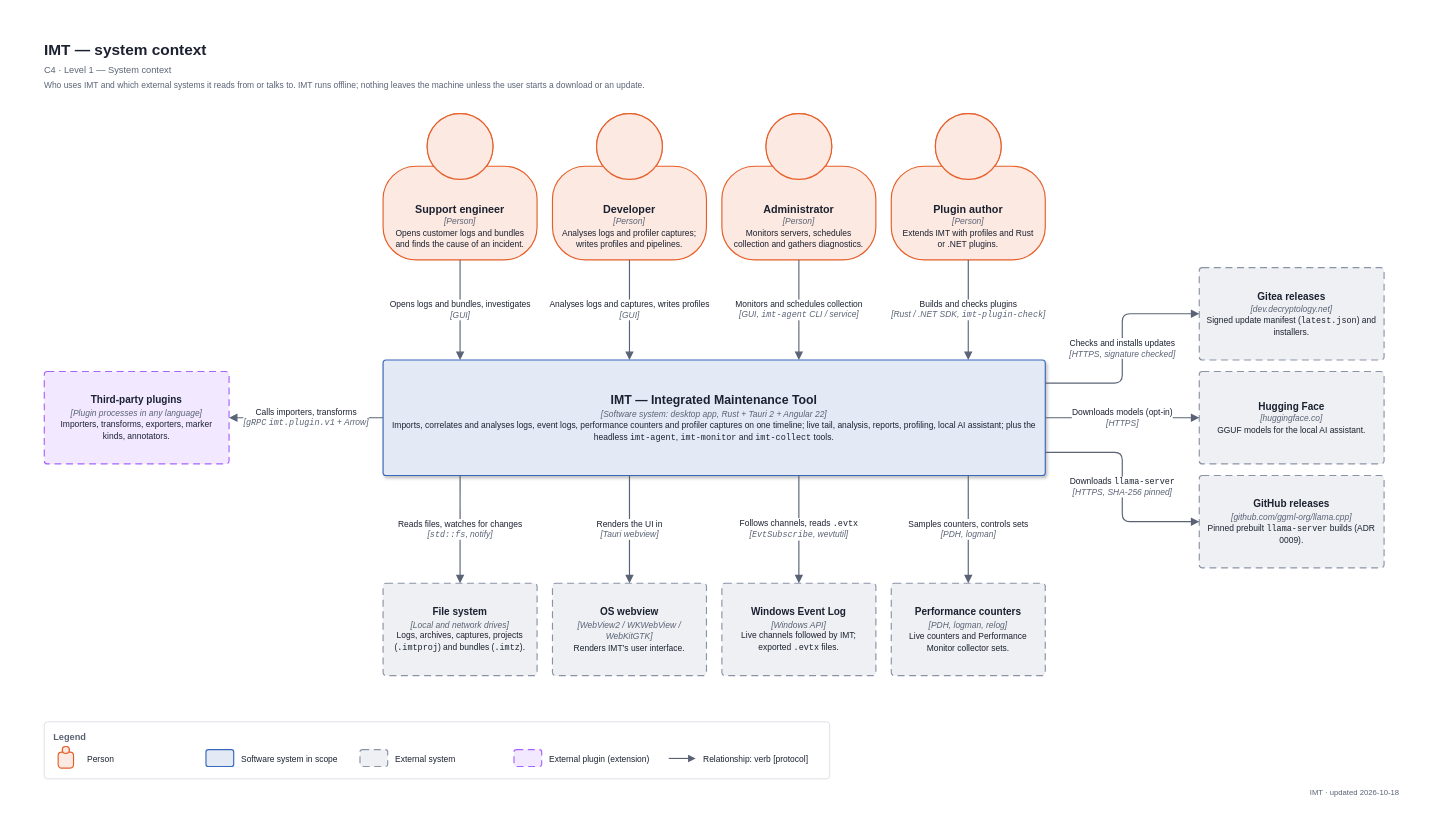
Above: docs/diagrams/c4-1-context.drawio in decryp7/integrated_maintenance_tool (draw.io), before the change. Source tidied: cells renumbered, new cells numbered last; positions are measured from the earlier drawing's top-left corner, leaving out a move shared by most shapes. Both pictures are drawn from the tidied source at 77%, with x=0, y=0 at pixel (13, 13).
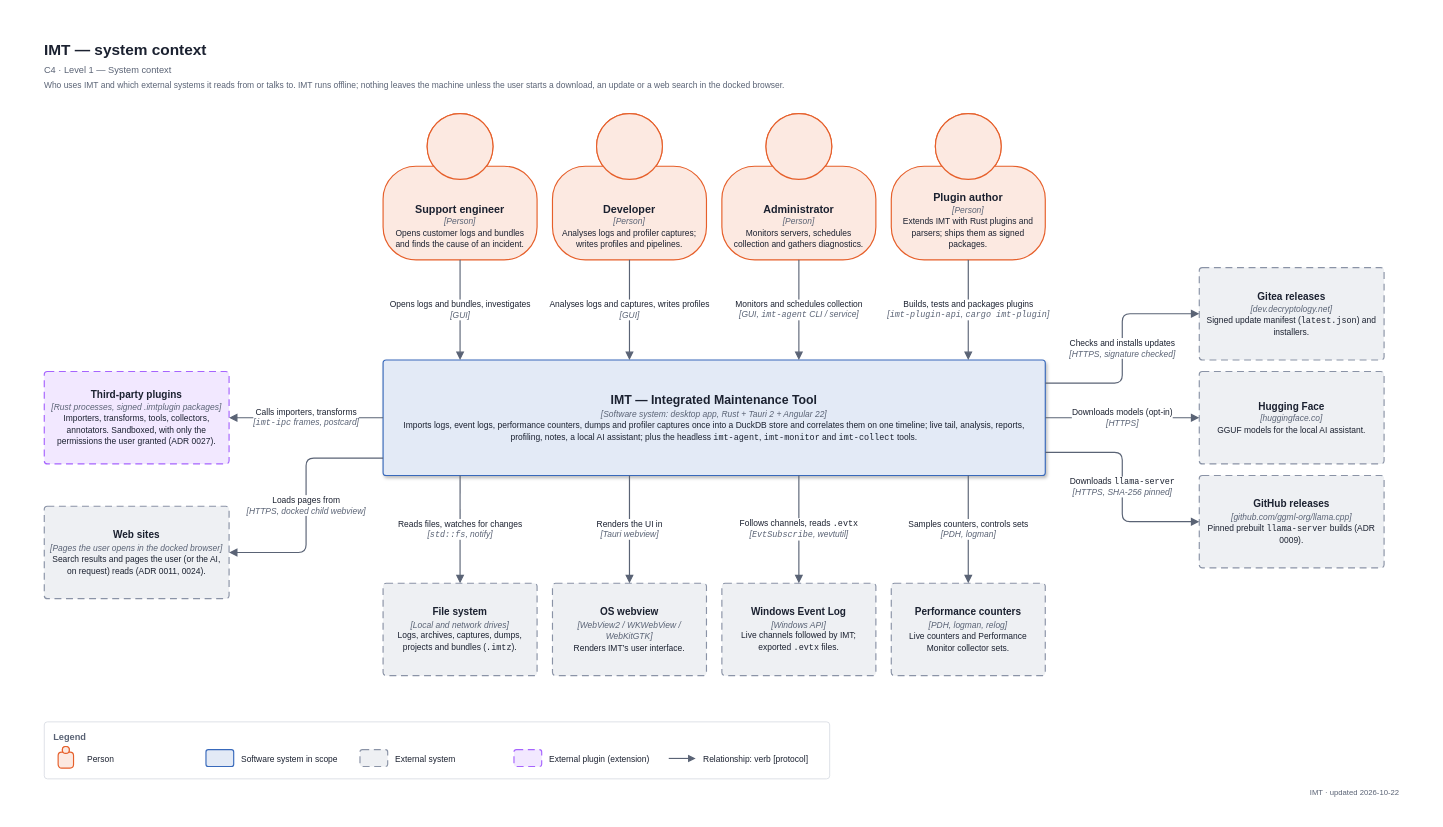
Above is the later version.

The edit, as a diff of the source:
```diff
@@
-    <mxCell id="5" value="&lt;span style=&quot;font-size:11px;color:#5A6375&quot;&gt;Who uses IMT and which external systems it reads from or talks to. IMT runs offline; nothing leaves the machine unless the user starts a download or an update.&lt;/span&gt;" style="fontFamily=Arial,Helvetica,sans-serif;html=1;whiteSpace=wrap;fontColor=#1B2130;fontSize=11;text;strokeColor=none;fillColor=none;align=left;verticalAlign=top;spacing=0;" parent="1" vertex="1">
+    <mxCell id="5" value="&lt;span style=&quot;font-size:11px;color:#5A6375&quot;&gt;Who uses IMT and which external systems it reads from or talks to. IMT runs offline; nothing leaves the machine unless the user starts a download, an update or a web search in the docked browser.&lt;/span&gt;" style="fontFamily=Arial,Helvetica,sans-serif;html=1;whiteSpace=wrap;fontColor=#1B2130;fontSize=11;text;strokeColor=none;fillColor=none;align=left;verticalAlign=top;spacing=0;" parent="1" vertex="1">
       <mxGeometry x="40" y="82" width="1000" height="18" as="geometry" />
     </mxCell>
@@
-    <mxCell id="9" value="&lt;div style=&quot;line-height:1.35&quot;&gt;&lt;b style=&quot;font-size:14px&quot;&gt;Plugin author&lt;/b&gt;&lt;br&gt;&lt;i style=&quot;font-size:11px;color:#5A6375&quot;&gt;[Person]&lt;/i&gt;&lt;br&gt;&lt;span style=&quot;font-size:11px&quot;&gt;Extends IMT with profiles and Rust or .NET plugins.&lt;/span&gt;&lt;/div&gt;" style="fontFamily=Arial,Helvetica,sans-serif;html=1;whiteSpace=wrap;fontColor=#1B2130;fontSize=11;shape=mxgraph.c4.person2;strokeWidth=1.5;strokeColor=#E65F2A;fillColor=#FCE9E1;align=center;verticalAlign=bottom;spacingBottom=10;spacingLeft=8;spacingRight=8;labelPadding=0;" parent="1" vertex="1">
+    <mxCell id="9" value="&lt;div style=&quot;line-height:1.35&quot;&gt;&lt;b style=&quot;font-size:14px&quot;&gt;Plugin author&lt;/b&gt;&lt;br&gt;&lt;i style=&quot;font-size:11px;color:#5A6375&quot;&gt;[Person]&lt;/i&gt;&lt;br&gt;&lt;span style=&quot;font-size:11px&quot;&gt;Extends IMT with Rust plugins and parsers; ships them as signed packages.&lt;/span&gt;&lt;/div&gt;" style="fontFamily=Arial,Helvetica,sans-serif;html=1;whiteSpace=wrap;fontColor=#1B2130;fontSize=11;shape=mxgraph.c4.person2;strokeWidth=1.5;strokeColor=#E65F2A;fillColor=#FCE9E1;align=center;verticalAlign=bottom;spacingBottom=10;spacingLeft=8;spacingRight=8;labelPadding=0;" parent="1" vertex="1">
       <mxGeometry x="1140" y="130" width="200" height="190" as="geometry" />
     </mxCell>
-    <mxCell id="10" value="&lt;div style=&quot;line-height:1.35&quot;&gt;&lt;b style=&quot;font-size:16px&quot;&gt;IMT — Integrated Maintenance Tool&lt;/b&gt;&lt;br&gt;&lt;i style=&quot;font-size:11px;color:#5A6375&quot;&gt;[Software system: desktop app, Rust + Tauri 2 + Angular 22]&lt;/i&gt;&lt;br&gt;&lt;span style=&quot;font-size:11px&quot;&gt;Imports, correlates and analyses logs, event logs, performance counters and profiler captures on one timeline; live tail, analysis, reports, profiling, local AI assistant; plus the headless &lt;span style=&quot;font-family:Consolas,Menlo,monospace;white-space:nowrap&quot;&gt;imt-agent&lt;/span&gt;, &lt;span style=&quot;font-family:Consolas,Menlo,monospace;white-space:nowrap&quot;&gt;imt-monitor&lt;/span&gt; and &lt;span style=&quot;font-family:Consolas,Menlo,monospace;white-space:nowrap&quot;&gt;imt-collect&lt;/span&gt; tools.&lt;/span&gt;&lt;/div&gt;" style="fontFamily=Arial,Helvetica,sans-serif;html=1;whiteSpace=wrap;fontColor=#1B2130;fontSize=11;rounded=1;arcSize=8;absoluteArcSize=1;strokeWidth=1.5;strokeColor=#3869BB;fillColor=#E3EAF6;spacing=8;align=center;verticalAlign=middle;shadow=1;" parent="1" vertex="1">
+    <mxCell id="10" value="&lt;div style=&quot;line-height:1.35&quot;&gt;&lt;b style=&quot;font-size:16px&quot;&gt;IMT — Integrated Maintenance Tool&lt;/b&gt;&lt;br&gt;&lt;i style=&quot;font-size:11px;color:#5A6375&quot;&gt;[Software system: desktop app, Rust + Tauri 2 + Angular 22]&lt;/i&gt;&lt;br&gt;&lt;span style=&quot;font-size:11px&quot;&gt;Imports logs, event logs, performance counters, dumps and profiler captures once into a DuckDB store and correlates them on one timeline; live tail, analysis, reports, profiling, notes, a local AI assistant; plus the headless &lt;span style=&quot;font-family:Consolas,Menlo,monospace;white-space:nowrap&quot;&gt;imt-agent&lt;/span&gt;, &lt;span style=&quot;font-family:Consolas,Menlo,monospace;white-space:nowrap&quot;&gt;imt-monitor&lt;/span&gt; and &lt;span style=&quot;font-family:Consolas,Menlo,monospace;white-space:nowrap&quot;&gt;imt-collect&lt;/span&gt; tools.&lt;/span&gt;&lt;/div&gt;" style="fontFamily=Arial,Helvetica,sans-serif;html=1;whiteSpace=wrap;fontColor=#1B2130;fontSize=11;rounded=1;arcSize=8;absoluteArcSize=1;strokeWidth=1.5;strokeColor=#3869BB;fillColor=#E3EAF6;spacing=8;align=center;verticalAlign=middle;shadow=1;" parent="1" vertex="1">
       <mxGeometry x="480" y="450" width="860" height="150" as="geometry" />
     </mxCell>
@@
-    <mxCell id="14" value="Builds and checks plugins&lt;br&gt;&lt;i style=&quot;font-size:11px;color:#5A6375&quot;&gt;[Rust / .NET SDK, &lt;span style=&quot;font-family:Consolas,Menlo,monospace;white-space:nowrap&quot;&gt;imt-plugin-check&lt;/span&gt;]&lt;/i&gt;" style="fontFamily=Arial,Helvetica,sans-serif;html=1;fontColor=#1B2130;fontSize=11;edgeStyle=orthogonalEdgeStyle;rounded=1;jettySize=auto;strokeWidth=1.5;strokeColor=#5A6375;endArrow=block;endFill=1;endSize=7;labelBackgroundColor=#FFFFFF;fontSize=11;align=center;exitX=0.5;exitY=1;exitDx=0;exitDy=0;entryX=0.8837;entryY=0;entryDx=0;entryDy=0;" parent="1" edge="1" source="9" target="10">
+    <mxCell id="14" value="Builds, tests and packages plugins&lt;br&gt;&lt;i style=&quot;font-size:11px;color:#5A6375&quot;&gt;[&lt;span style=&quot;font-family:Consolas,Menlo,monospace;white-space:nowrap&quot;&gt;imt-plugin-api&lt;/span&gt;, &lt;span style=&quot;font-family:Consolas,Menlo,monospace;white-space:nowrap&quot;&gt;cargo imt-plugin&lt;/span&gt;]&lt;/i&gt;" style="fontFamily=Arial,Helvetica,sans-serif;html=1;fontColor=#1B2130;fontSize=11;edgeStyle=orthogonalEdgeStyle;rounded=1;jettySize=auto;strokeWidth=1.5;strokeColor=#5A6375;endArrow=block;endFill=1;endSize=7;labelBackgroundColor=#FFFFFF;fontSize=11;align=center;exitX=0.5;exitY=1;exitDx=0;exitDy=0;entryX=0.8837;entryY=0;entryDx=0;entryDy=0;" parent="1" edge="1" source="9" target="10">
       <mxGeometry relative="1" as="geometry" />
     </mxCell>
-    <mxCell id="15" value="&lt;div style=&quot;line-height:1.35&quot;&gt;&lt;b style=&quot;font-size:13px&quot;&gt;File system&lt;/b&gt;&lt;br&gt;&lt;i style=&quot;font-size:11px;color:#5A6375&quot;&gt;[Local and network drives]&lt;/i&gt;&lt;br&gt;&lt;span style=&quot;font-size:11px&quot;&gt;Logs, archives, captures, projects (&lt;span style=&quot;font-family:Consolas,Menlo,monospace;white-space:nowrap&quot;&gt;.imtproj&lt;/span&gt;) and bundles (&lt;span style=&quot;font-family:Consolas,Menlo,monospace;white-space:nowrap&quot;&gt;.imtz&lt;/span&gt;).&lt;/span&gt;&lt;/div&gt;" style="fontFamily=Arial,Helvetica,sans-serif;html=1;whiteSpace=wrap;fontColor=#1B2130;fontSize=11;rounded=1;arcSize=8;absoluteArcSize=1;strokeWidth=1.5;strokeColor=#8A93A6;fillColor=#EEF0F3;spacing=8;align=center;verticalAlign=middle;dashed=1;dashPattern=6 4;" parent="1" vertex="1">
+    <mxCell id="15" value="&lt;div style=&quot;line-height:1.35&quot;&gt;&lt;b style=&quot;font-size:13px&quot;&gt;File system&lt;/b&gt;&lt;br&gt;&lt;i style=&quot;font-size:11px;color:#5A6375&quot;&gt;[Local and network drives]&lt;/i&gt;&lt;br&gt;&lt;span style=&quot;font-size:11px&quot;&gt;Logs, archives, captures, dumps, projects and bundles (&lt;span style=&quot;font-family:Consolas,Menlo,monospace;white-space:nowrap&quot;&gt;.imtz&lt;/span&gt;).&lt;/span&gt;&lt;/div&gt;" style="fontFamily=Arial,Helvetica,sans-serif;html=1;whiteSpace=wrap;fontColor=#1B2130;fontSize=11;rounded=1;arcSize=8;absoluteArcSize=1;strokeWidth=1.5;strokeColor=#8A93A6;fillColor=#EEF0F3;spacing=8;align=center;verticalAlign=middle;dashed=1;dashPattern=6 4;" parent="1" vertex="1">
       <mxGeometry x="480" y="740" width="200" height="120" as="geometry" />
     </mxCell>
@@
-    <mxCell id="23" value="&lt;div style=&quot;line-height:1.35&quot;&gt;&lt;b style=&quot;font-size:13px&quot;&gt;Third-party plugins&lt;/b&gt;&lt;br&gt;&lt;i style=&quot;font-size:11px;color:#5A6375&quot;&gt;[Plugin processes in any language]&lt;/i&gt;&lt;br&gt;&lt;span style=&quot;font-size:11px&quot;&gt;Importers, transforms, exporters, marker kinds, annotators.&lt;/span&gt;&lt;/div&gt;" style="fontFamily=Arial,Helvetica,sans-serif;html=1;whiteSpace=wrap;fontColor=#1B2130;fontSize=11;rounded=1;arcSize=8;absoluteArcSize=1;strokeWidth=1.5;strokeColor=#A664FE;fillColor=#F2E8FF;spacing=8;align=center;verticalAlign=middle;dashed=1;dashPattern=6 4;" parent="1" vertex="1">
+    <mxCell id="23" value="&lt;div style=&quot;line-height:1.35&quot;&gt;&lt;b style=&quot;font-size:13px&quot;&gt;Third-party plugins&lt;/b&gt;&lt;br&gt;&lt;i style=&quot;font-size:11px;color:#5A6375&quot;&gt;[Rust processes, signed .imtplugin packages]&lt;/i&gt;&lt;br&gt;&lt;span style=&quot;font-size:11px&quot;&gt;Importers, transforms, tools, collectors, annotators. Sandboxed, with only the permissions the user granted (ADR 0027).&lt;/span&gt;&lt;/div&gt;" style="fontFamily=Arial,Helvetica,sans-serif;html=1;whiteSpace=wrap;fontColor=#1B2130;fontSize=11;rounded=1;arcSize=8;absoluteArcSize=1;strokeWidth=1.5;strokeColor=#A664FE;fillColor=#F2E8FF;spacing=8;align=center;verticalAlign=middle;dashed=1;dashPattern=6 4;" parent="1" vertex="1">
       <mxGeometry x="40" y="465" width="240" height="120" as="geometry" />
     </mxCell>
-    <mxCell id="24" value="Calls importers, transforms&lt;br&gt;&lt;i style=&quot;font-size:11px;color:#5A6375&quot;&gt;[&lt;span style=&quot;font-family:Consolas,Menlo,monospace;white-space:nowrap&quot;&gt;gRPC&lt;/span&gt; &lt;span style=&quot;font-family:Consolas,Menlo,monospace;white-space:nowrap&quot;&gt;imt.plugin.v1&lt;/span&gt; + Arrow]&lt;/i&gt;" style="fontFamily=Arial,Helvetica,sans-serif;html=1;fontColor=#1B2130;fontSize=11;edgeStyle=orthogonalEdgeStyle;rounded=1;jettySize=auto;strokeWidth=1.5;strokeColor=#5A6375;endArrow=block;endFill=1;endSize=7;labelBackgroundColor=#FFFFFF;fontSize=11;align=center;exitX=0;exitY=0.5;exitDx=0;exitDy=0;entryX=1;entryY=0.5;entryDx=0;entryDy=0;" parent="1" edge="1" source="10" target="23">
+    <mxCell id="24" value="Calls importers, transforms&lt;br&gt;&lt;i style=&quot;font-size:11px;color:#5A6375&quot;&gt;[&lt;span style=&quot;font-family:Consolas,Menlo,monospace;white-space:nowrap&quot;&gt;imt-ipc&lt;/span&gt; frames, postcard]&lt;/i&gt;" style="fontFamily=Arial,Helvetica,sans-serif;html=1;fontColor=#1B2130;fontSize=11;edgeStyle=orthogonalEdgeStyle;rounded=1;jettySize=auto;strokeWidth=1.5;strokeColor=#5A6375;endArrow=block;endFill=1;endSize=7;labelBackgroundColor=#FFFFFF;fontSize=11;align=center;exitX=0;exitY=0.5;exitDx=0;exitDy=0;entryX=1;entryY=0.5;entryDx=0;entryDy=0;" parent="1" edge="1" source="10" target="23">
       <mxGeometry relative="1" as="geometry" />
     </mxCell>
@@
-    <mxCell id="44" value="&lt;span style=&quot;font-size:10px;color:#5A6375&quot;&gt;IMT · updated 2026-10-18&lt;/span&gt;" style="fontFamily=Arial,Helvetica,sans-serif;html=1;whiteSpace=wrap;fontColor=#1B2130;fontSize=11;text;strokeColor=none;fillColor=none;align=right;verticalAlign=top;spacing=0;" parent="1" vertex="1">
+    <mxCell id="44" value="&lt;span style=&quot;font-size:10px;color:#5A6375&quot;&gt;IMT · updated 2026-10-22&lt;/span&gt;" style="fontFamily=Arial,Helvetica,sans-serif;html=1;whiteSpace=wrap;fontColor=#1B2130;fontSize=11;text;strokeColor=none;fillColor=none;align=right;verticalAlign=top;spacing=0;" parent="1" vertex="1">
       <mxGeometry x="1580" y="1000" width="220" height="18" as="geometry" />
     </mxCell>
+    <mxCell id="45" value="&lt;div style=&quot;line-height:1.35&quot;&gt;&lt;b style=&quot;font-size:13px&quot;&gt;Web sites&lt;/b&gt;&lt;br&gt;&lt;i style=&quot;font-size:11px;color:#5A6375&quot;&gt;[Pages the user opens in the docked browser]&lt;/i&gt;&lt;br&gt;&lt;span style=&quot;font-size:11px&quot;&gt;Search results and pages the user (or the AI, on request) reads (ADR 0011, 0024).&lt;/span&gt;&lt;/div&gt;" style="fontFamily=Arial,Helvetica,sans-serif;html=1;whiteSpace=wrap;fontColor=#1B2130;fontSize=11;rounded=1;arcSize=8;absoluteArcSize=1;strokeWidth=1.5;strokeColor=#8A93A6;fillColor=#EEF0F3;spacing=8;align=center;verticalAlign=middle;dashed=1;dashPattern=6 4;" parent="1" vertex="1">
+      <mxGeometry x="40" y="640" width="240" height="120" as="geometry" />
+    </mxCell>
+    <mxCell id="46" value="Loads pages from&lt;br&gt;&lt;i style=&quot;font-size:11px;color:#5A6375&quot;&gt;[HTTPS, docked child webview]&lt;/i&gt;" style="fontFamily=Arial,Helvetica,sans-serif;html=1;fontColor=#1B2130;fontSize=11;edgeStyle=orthogonalEdgeStyle;rounded=1;jettySize=auto;strokeWidth=1.5;strokeColor=#5A6375;endArrow=block;endFill=1;endSize=7;labelBackgroundColor=#FFFFFF;fontSize=11;align=center;exitX=0;exitY=0.85;exitDx=0;exitDy=0;entryX=1;entryY=0.5;entryDx=0;entryDy=0;" parent="1" edge="1" source="10" target="45">
+      <mxGeometry relative="1" as="geometry" />
+    </mxCell>
```
